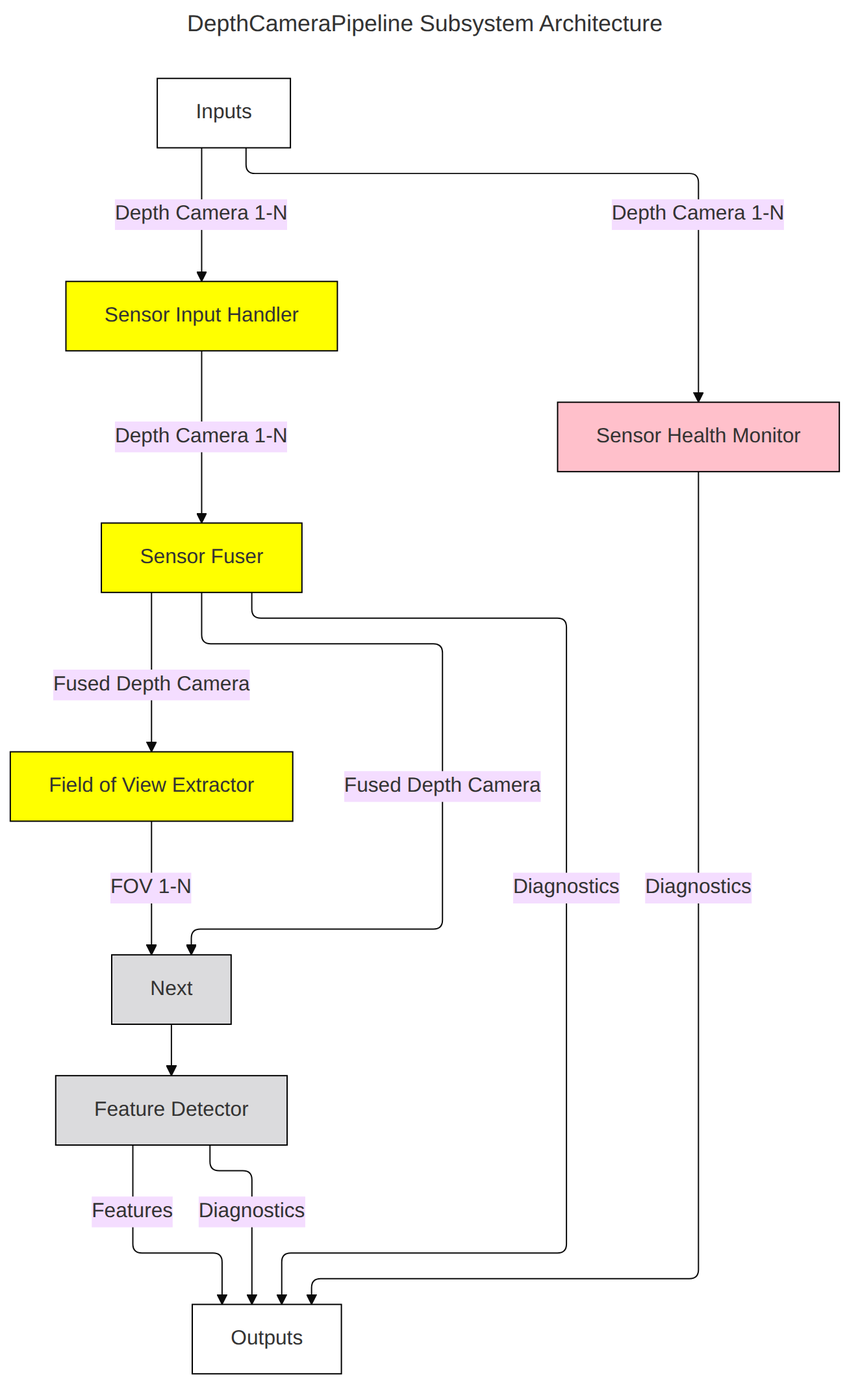
Before: Systems/Perception/Subsystems/DepthCameraPipeline/doc/mermaid/DepthCameraPipelineSubsystemArchitecture.png, a diagram exported from Mermaid (fastrobotics/robot_framework). Its source is kept beside it as Systems/Perception/Subsystems/DepthCameraPipeline/doc/mermaid/DepthCameraPipelineSubsystemArchitecture.mmd.
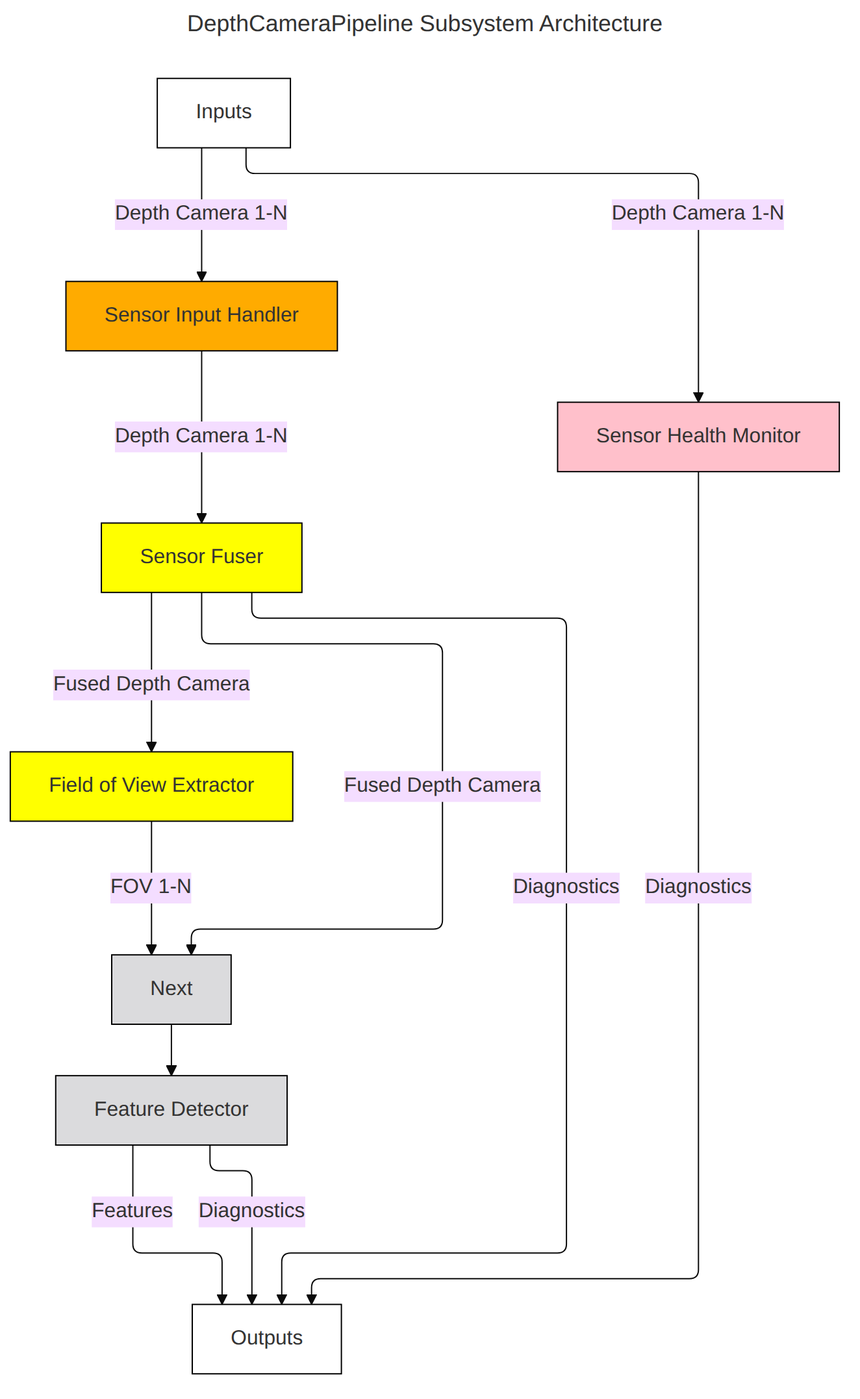
The same diagram one commit later.

Change to the diagram source:
```diff
@@ -55,5 +55,6 @@
     FeatureDetector --> | Diagnostics | Outputs
 
     class Inputs,Outputs cssBoundary
-    class SensorInputHandler,SensorFuser,FOVExtractor cssInvestigating
+    class SensorFuser,FOVExtractor cssInvestigating
+    class SensorInputHandler cssDeveloping
     class SensorHealthMonitor cssTrivialComplete
```
